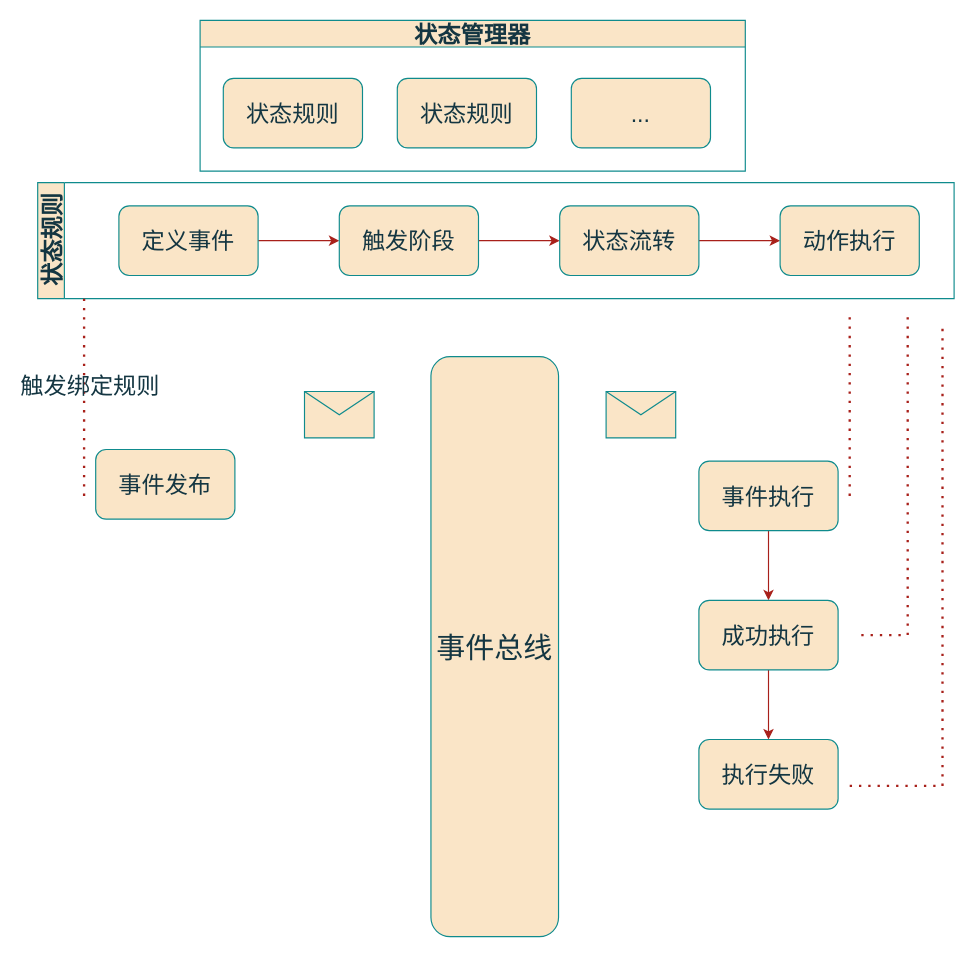
This is image/事件状态机原理.drawio from java-zengguang/images, a draw.io file, before an edit. Source tidied: cells renumbered, new cells numbered last; positions are measured from the earlier drawing's top-left corner, leaving out a move shared by most shapes. Both pictures are drawn from the tidied source at 116%, with x=0, y=0 at pixel (37, 20).
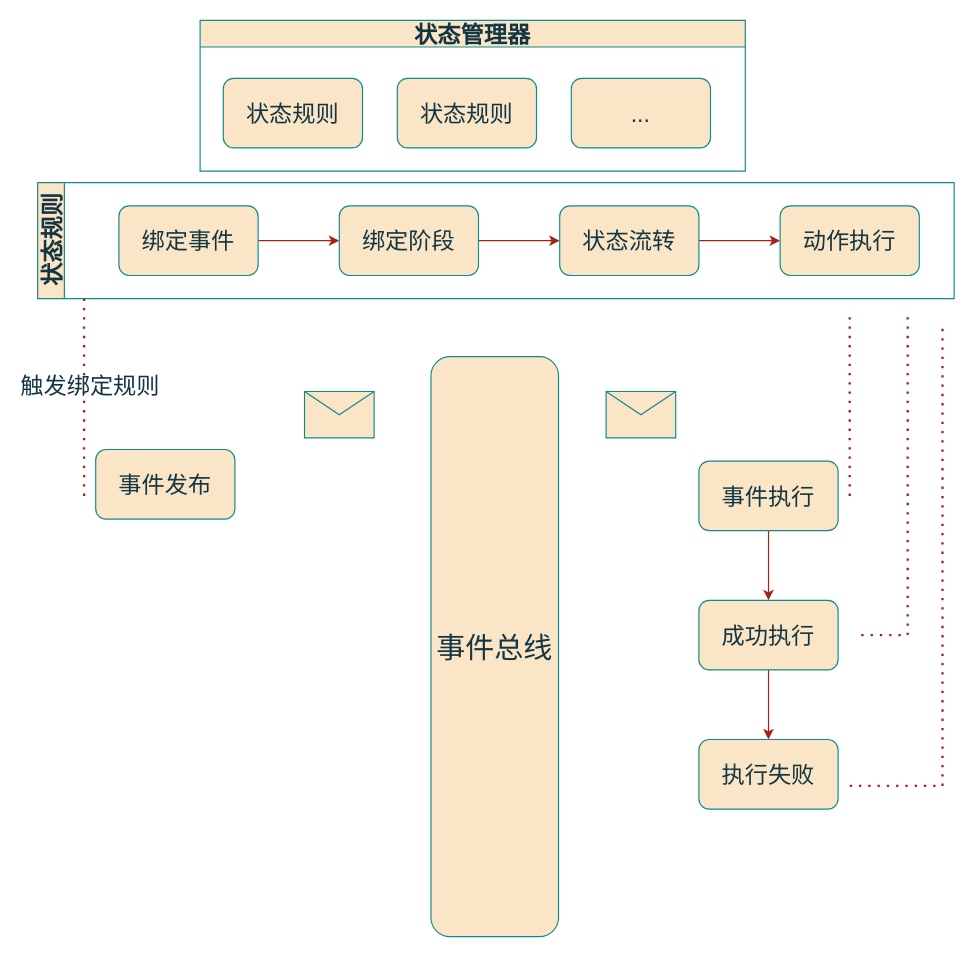
The same diagram, later.

Commit message (it also covers changes not shown here):
更新事件状态机原理.drawio

Unchanged cells that the change refers to:
```xml
<mxCell id="15" value="&lt;font style=&quot;font-size: 20px;&quot;&gt;状态规则&lt;/font&gt;" style="swimlane;horizontal=0;whiteSpace=wrap;html=1;startSize=23;labelBackgroundColor=none;fillColor=#FAE5C7;strokeColor=#0F8B8D;fontColor=#143642;" parent="1" vertex="1">
  <mxGeometry y="140" width="790" height="100" as="geometry" />
</mxCell>
```

What changed in the source:
```diff
@@
-    <mxCell id="17" value="&lt;font style=&quot;font-size: 20px;&quot;&gt;定义事件&lt;/font&gt;" style="rounded=1;whiteSpace=wrap;html=1;labelBackgroundColor=none;fillColor=#FAE5C7;strokeColor=#0F8B8D;fontColor=#143642;" parent="15" vertex="1">
+    <mxCell id="17" value="&lt;font style=&quot;font-size: 20px;&quot;&gt;绑定事件&lt;/font&gt;" style="rounded=1;whiteSpace=wrap;html=1;labelBackgroundColor=none;fillColor=#FAE5C7;strokeColor=#0F8B8D;fontColor=#143642;" parent="15" vertex="1">
       <mxGeometry x="70" y="20" width="120" height="60" as="geometry" />
     </mxCell>
@@
-    <mxCell id="19" value="&lt;span style=&quot;font-size: 20px;&quot;&gt;触发阶段&lt;/span&gt;" style="rounded=1;whiteSpace=wrap;html=1;labelBackgroundColor=none;fillColor=#FAE5C7;strokeColor=#0F8B8D;fontColor=#143642;" parent="15" vertex="1">
+    <mxCell id="19" value="&lt;span style=&quot;font-size: 20px;&quot;&gt;绑定阶段&lt;/span&gt;" style="rounded=1;whiteSpace=wrap;html=1;labelBackgroundColor=none;fillColor=#FAE5C7;strokeColor=#0F8B8D;fontColor=#143642;" parent="15" vertex="1">
       <mxGeometry x="260" y="20" width="120" height="60" as="geometry" />
     </mxCell>
```
